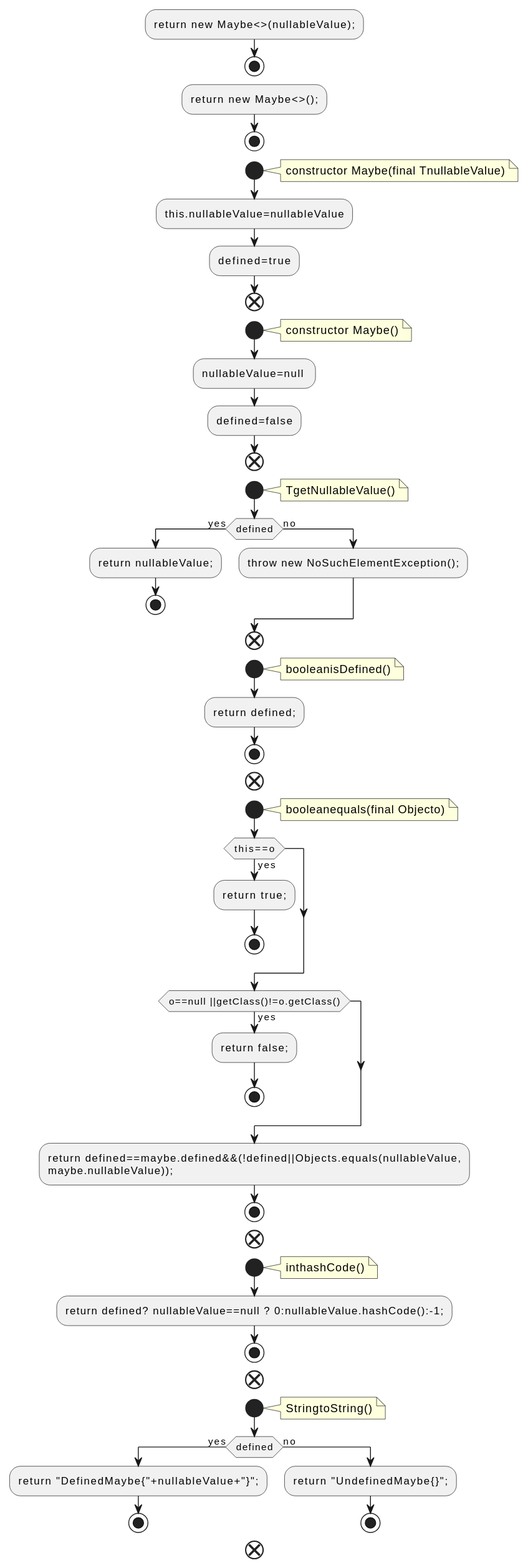
Earlier version of the PlantUML export docs/qc/streams/src/main/java/org/apache/kafka/streams/state/internals/Maybe.java.fct.svg (qualitesys/kafka).
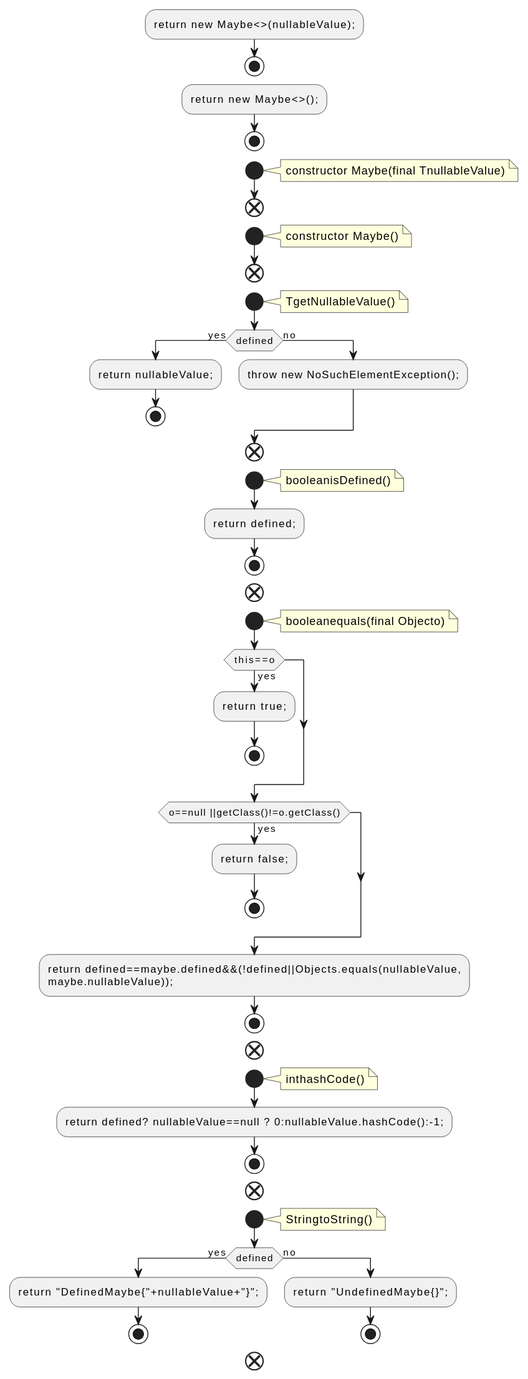
After the commit.

The edit, as a diff of the source:
```diff
@@ -8,15 +8,11 @@
 note right
 constructor Maybe(final TnullableValue)
 end note
-:this.nullableValue=nullableValue;
-:defined=true;
 end
 start
 note right
 constructor Maybe()
 end note
-:nullableValue=null ;
-:defined=false;
 end
 start
 note right
```
